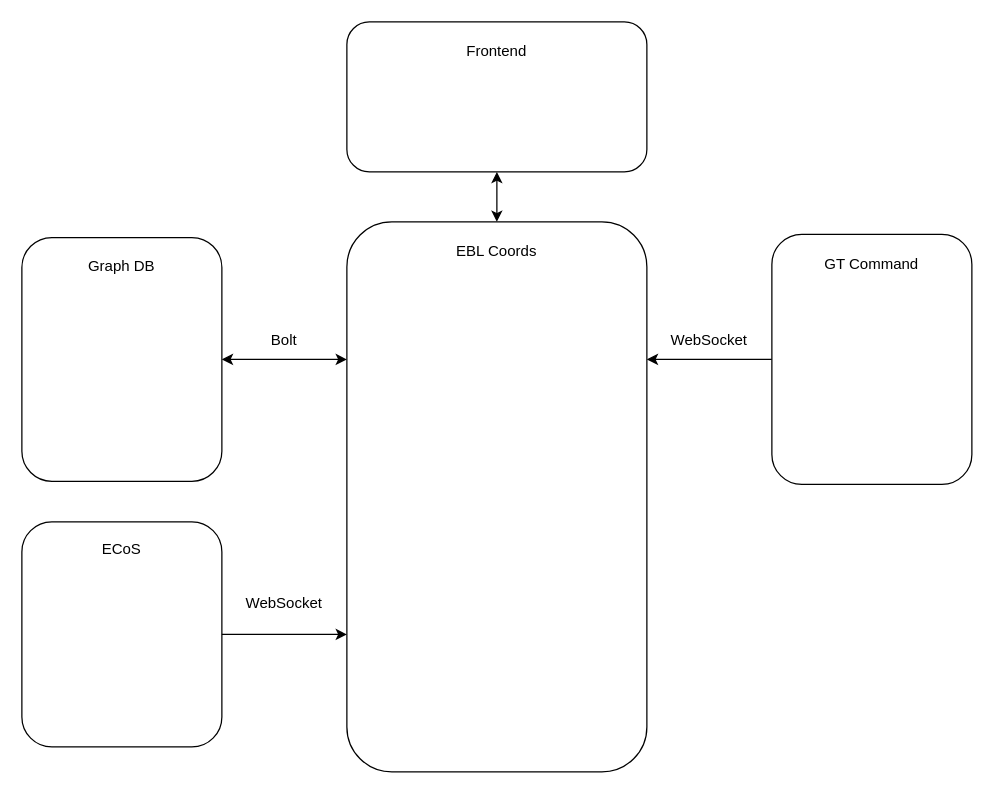
Before: structural/structure_ebl_coords.drawio in pascalreiss/draw_io_stuff, a draw.io diagram. Source tidied: cells renumbered, new cells numbered last; positions are measured from the earlier drawing's top-left corner, leaving out a move shared by most shapes. Both pictures are drawn from the tidied source at 125%, with x=0, y=0 at pixel (21, 21).
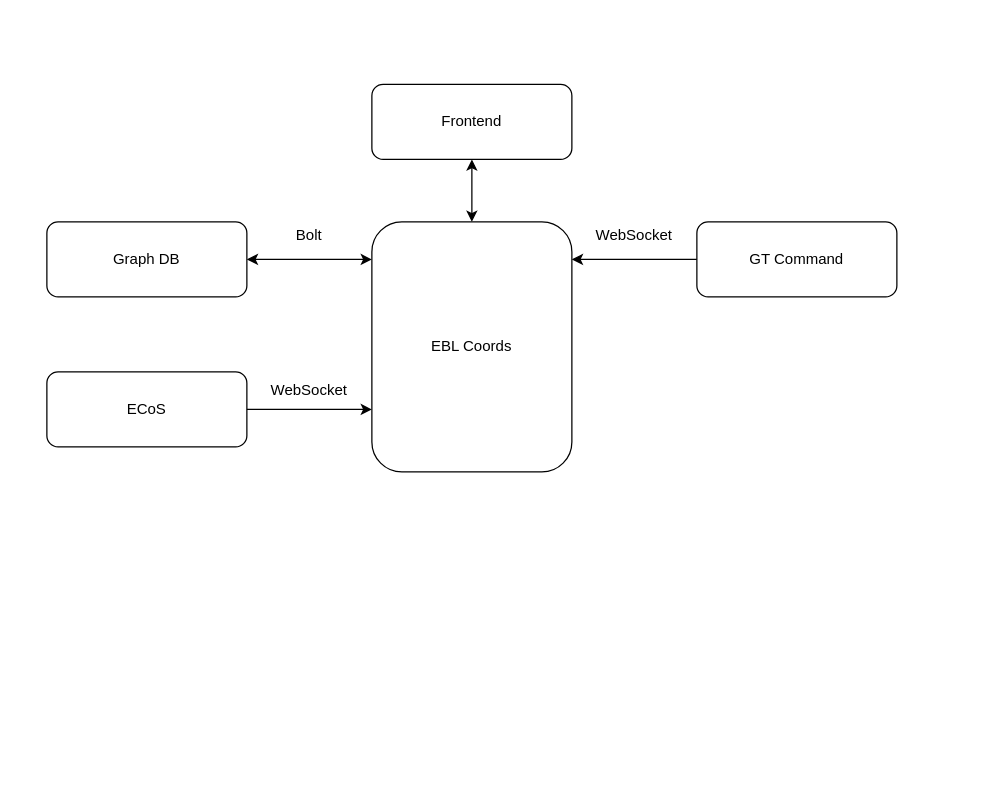
Above is the later version.

The edit, as a diff of the source:
```diff
@@
     <mxCell id="2" style="group;" parent="1" vertex="1">
-      <mxGeometry y="400" width="160" height="180" as="geometry" />
+      <mxGeometry x="20" y="280" width="160" height="60" as="geometry" />
     </mxCell>
     <mxCell id="3" style="rounded=1;whiteSpace=wrap;html=1;" parent="2" vertex="1">
-      <mxGeometry width="160" height="180" as="geometry" />
+      <mxGeometry width="160" height="60" as="geometry" />
     </mxCell>
     <mxCell id="4" value="ECoS" style="text;html=1;strokeColor=none;fillColor=none;align=center;verticalAlign=middle;whiteSpace=wrap;rounded=0;" parent="2" vertex="1">
-      <mxGeometry x="50" y="8.5" width="60" height="27" as="geometry" />
+      <mxGeometry x="50" y="25.5" width="60" height="9" as="geometry" />
     </mxCell>
-    <mxCell id="5" style="group;" parent="1" vertex="1">
-      <mxGeometry x="260" y="160" width="240" height="440" as="geometry" />
-    </mxCell>
-    <mxCell id="6" style="rounded=1;whiteSpace=wrap;html=1;" parent="5" vertex="1">
-      <mxGeometry width="240" height="440" as="geometry" />
-    </mxCell>
-    <mxCell id="7" value="EBL Coords" style="text;html=1;strokeColor=none;fillColor=none;align=center;verticalAlign=middle;whiteSpace=wrap;rounded=0;" parent="5" vertex="1">
-      <mxGeometry x="75" y="14.7" width="90" height="19.4" as="geometry" />
-    </mxCell>
-    <mxCell id="8" style="group;" parent="1" vertex="1">
-      <mxGeometry y="172.5" width="160" height="195" as="geometry" />
-    </mxCell>
-    <mxCell id="9" style="rounded=1;whiteSpace=wrap;html=1;" parent="8" vertex="1">
-      <mxGeometry width="160" height="195" as="geometry" />
-    </mxCell>
-    <mxCell id="10" value="Graph DB" style="text;html=1;strokeColor=none;fillColor=none;align=center;verticalAlign=middle;whiteSpace=wrap;rounded=0;" parent="8" vertex="1">
-      <mxGeometry x="50" y="9.2" width="60" height="29.3" as="geometry" />
-    </mxCell>
-    <mxCell id="11" style="endArrow=classic;html=1;rounded=0;exitX=0;exitY=0.5;exitDx=0;exitDy=0;entryX=1;entryY=0.25;entryDx=0;entryDy=0;" parent="1" edge="1" source="22" target="6">
-      <mxGeometry relative="1" as="geometry" />
-    </mxCell>
-    <mxCell id="12" style="endArrow=classic;startArrow=classic;html=1;rounded=0;exitX=1;exitY=0.5;exitDx=0;exitDy=0;entryX=0;entryY=0.25;entryDx=0;entryDy=0;" parent="1" edge="1" source="9" target="6">
-      <mxGeometry relative="1" as="geometry" />
-    </mxCell>
@@
     <mxCell id="15" value="Bolt" style="text;html=1;strokeColor=none;fillColor=none;align=center;verticalAlign=middle;whiteSpace=wrap;rounded=0;" parent="1" vertex="1">
-      <mxGeometry x="180" y="240" width="60" height="30" as="geometry" />
+      <mxGeometry x="200" y="155.5" width="60" height="30" as="geometry" />
     </mxCell>
     <mxCell id="16" value="WebSocket" style="text;html=1;strokeColor=none;fillColor=none;align=center;verticalAlign=middle;whiteSpace=wrap;rounded=0;" parent="1" vertex="1">
-      <mxGeometry x="520" y="240" width="60" height="30" as="geometry" />
+      <mxGeometry x="460" y="155.5" width="60" height="30" as="geometry" />
     </mxCell>
     <mxCell id="17" value="WebSocket" style="text;html=1;strokeColor=none;fillColor=none;align=center;verticalAlign=middle;whiteSpace=wrap;rounded=0;" parent="1" vertex="1">
-      <mxGeometry x="180" y="450" width="60" height="30" as="geometry" />
+      <mxGeometry x="200" y="280" width="60" height="30" as="geometry" />
     </mxCell>
     <mxCell id="18" style="group;" parent="1" vertex="1">
-      <mxGeometry x="260" width="240" height="120" as="geometry" />
+      <mxGeometry x="280" y="50" width="160" height="60" as="geometry" />
     </mxCell>
     <mxCell id="19" style="rounded=1;whiteSpace=wrap;html=1;" parent="18" vertex="1">
-      <mxGeometry width="240" height="120" as="geometry" />
+      <mxGeometry width="160" height="60" as="geometry" />
     </mxCell>
     <mxCell id="20" value="Frontend" style="text;html=1;strokeColor=none;fillColor=none;align=center;verticalAlign=middle;whiteSpace=wrap;rounded=0;" parent="18" vertex="1">
-      <mxGeometry x="90" y="9.4" width="60" height="30" as="geometry" />
+      <mxGeometry x="60" y="22.5" width="40" height="15" as="geometry" />
     </mxCell>
-    <mxCell id="21" style="group;" parent="1" vertex="1">
-      <mxGeometry x="600" y="170" width="160" height="200" as="geometry" />
-    </mxCell>
+    <mxCell id="9" style="rounded=1;whiteSpace=wrap;html=1;" parent="1" vertex="1">
+      <mxGeometry x="20" y="160" width="160" height="60" as="geometry" />
+    </mxCell>
+    <mxCell id="12" style="endArrow=classic;startArrow=classic;html=1;rounded=0;exitX=1;exitY=0.5;exitDx=0;exitDy=0;" parent="1" edge="1" source="9">
+      <mxGeometry relative="1" as="geometry">
+        <mxPoint x="280" y="190" as="targetPoint" />
+      </mxGeometry>
+    </mxCell>
+    <mxCell id="10" value="Graph DB" style="text;html=1;strokeColor=none;fillColor=none;align=center;verticalAlign=middle;whiteSpace=wrap;rounded=0;" parent="1" vertex="1">
+      <mxGeometry x="70" y="185.5" width="60" height="9" as="geometry" />
+    </mxCell>
+    <mxCell id="11" style="endArrow=classic;html=1;rounded=0;exitX=0;exitY=0.5;exitDx=0;exitDy=0;" parent="1" edge="1" source="22">
+      <mxGeometry relative="1" as="geometry">
+        <mxPoint x="440" y="190" as="targetPoint" />
+      </mxGeometry>
+    </mxCell>
+    <mxCell id="24" style="group;" parent="1" vertex="1">
+      <mxGeometry x="540" y="160" width="160" height="60" as="geometry" />
+    </mxCell>
-    <mxCell id="22" style="rounded=1;whiteSpace=wrap;html=1;" parent="21" vertex="1">
-      <mxGeometry width="160" height="200" as="geometry" />
+    <mxCell id="22" style="rounded=1;whiteSpace=wrap;html=1;" parent="24" vertex="1">
+      <mxGeometry width="160" height="60" as="geometry" />
     </mxCell>
-    <mxCell id="23" value="GT Command" style="text;html=1;strokeColor=none;fillColor=none;align=center;verticalAlign=middle;whiteSpace=wrap;rounded=0;" parent="21" vertex="1">
-      <mxGeometry x="30" y="9.4" width="100" height="30" as="geometry" />
+    <mxCell id="23" value="GT Command" style="text;html=1;strokeColor=none;fillColor=none;align=center;verticalAlign=middle;whiteSpace=wrap;rounded=0;" parent="24" vertex="1">
+      <mxGeometry x="30" y="25.5" width="100" height="9" as="geometry" />
     </mxCell>
+    <mxCell id="6" style="rounded=1;whiteSpace=wrap;html=1;" parent="1" vertex="1">
+      <mxGeometry x="280" y="160" width="160" height="200" as="geometry" />
+    </mxCell>
+    <mxCell id="7" value="EBL Coords" style="text;html=1;strokeColor=none;fillColor=none;align=center;verticalAlign=middle;whiteSpace=wrap;rounded=0;" parent="1" vertex="1">
+      <mxGeometry x="310" y="255.4" width="100" height="9.3" as="geometry" />
+    </mxCell>
```
